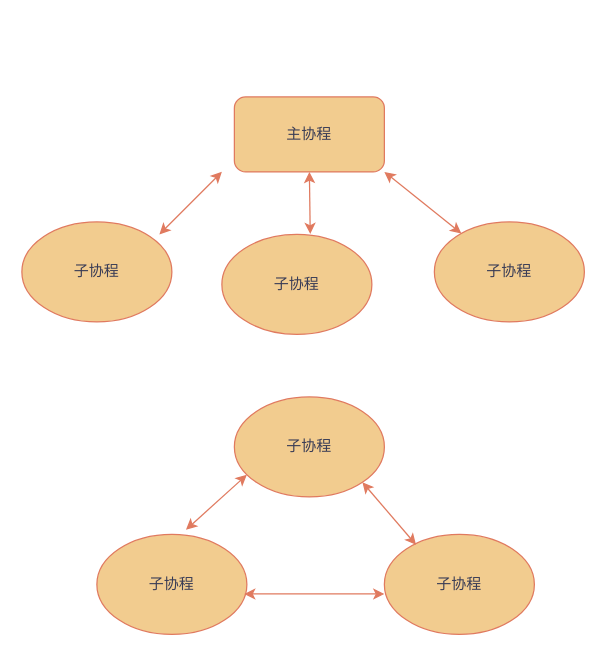
The draw.io diagram 绘图.drawio in fxk993/Daliy, before the edit. Source tidied: cells renumbered, new cells numbered last; positions are measured from the earlier drawing's top-left corner, leaving out a move shared by most shapes. Both pictures are drawn from the tidied source at 125%, with x=0, y=0 at pixel (21, 96).
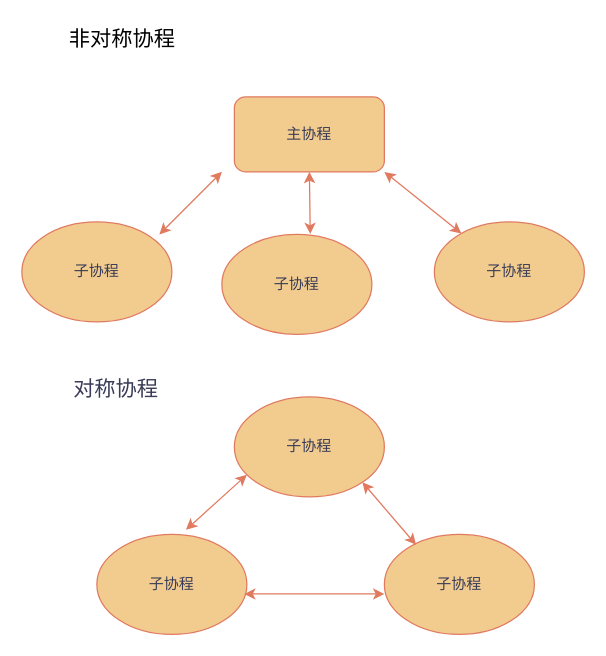
Above is the later version.

The edit, as a diff of the source:
```diff
@@
 <mxGraphModel>
   <root>
     <mxCell id="0" />
     <mxCell id="1" parent="0" />
     <mxCell id="2" value="主协程" style="rounded=1;whiteSpace=wrap;html=1;labelBackgroundColor=none;fillColor=#F2CC8F;strokeColor=#E07A5F;fontColor=#393C56;" parent="1" vertex="1">
       <mxGeometry x="170" width="120" height="60" as="geometry" />
     </mxCell>
     <mxCell id="3" value="子协程" style="ellipse;whiteSpace=wrap;html=1;labelBackgroundColor=none;fillColor=#F2CC8F;strokeColor=#E07A5F;fontColor=#393C56;" parent="1" vertex="1">
       <mxGeometry y="100" width="120" height="80" as="geometry" />
     </mxCell>
     <mxCell id="4" value="子协程" style="ellipse;whiteSpace=wrap;html=1;labelBackgroundColor=none;fillColor=#F2CC8F;strokeColor=#E07A5F;fontColor=#393C56;" parent="1" vertex="1">
       <mxGeometry x="160" y="110" width="120" height="80" as="geometry" />
     </mxCell>
     <mxCell id="5" value="子协程" style="ellipse;whiteSpace=wrap;html=1;labelBackgroundColor=none;fillColor=#F2CC8F;strokeColor=#E07A5F;fontColor=#393C56;" parent="1" vertex="1">
       <mxGeometry x="330" y="100" width="120" height="80" as="geometry" />
     </mxCell>
     <mxCell id="6" style="endArrow=classic;startArrow=classic;html=1;rounded=0;labelBackgroundColor=none;strokeColor=#E07A5F;fontColor=default;" parent="1" edge="1">
       <mxGeometry relative="1" as="geometry">
         <mxPoint x="110" y="110" as="sourcePoint" />
         <mxPoint x="160" y="60" as="targetPoint" />
       </mxGeometry>
     </mxCell>
     <mxCell id="7" style="endArrow=classic;startArrow=classic;html=1;rounded=0;exitX=0.589;exitY=-0.004;exitDx=0;exitDy=0;entryX=0.5;entryY=1;entryDx=0;entryDy=0;exitPerimeter=0;labelBackgroundColor=none;strokeColor=#E07A5F;fontColor=default;" parent="1" edge="1" source="4" target="2">
       <mxGeometry relative="1" as="geometry" />
     </mxCell>
     <mxCell id="8" style="endArrow=classic;startArrow=classic;html=1;rounded=0;entryX=1;entryY=1;entryDx=0;entryDy=0;labelBackgroundColor=none;strokeColor=#E07A5F;fontColor=default;" parent="1" edge="1" source="5" target="2">
       <mxGeometry relative="1" as="geometry" />
     </mxCell>
     <mxCell id="9" value="子协程" style="ellipse;whiteSpace=wrap;html=1;strokeColor=#E07A5F;fontColor=#393C56;fillColor=#F2CC8F;" parent="1" vertex="1">
       <mxGeometry x="60" y="350" width="120" height="80" as="geometry" />
     </mxCell>
     <mxCell id="10" value="子协程" style="ellipse;whiteSpace=wrap;html=1;strokeColor=#E07A5F;fontColor=#393C56;fillColor=#F2CC8F;" parent="1" vertex="1">
       <mxGeometry x="290" y="350" width="120" height="80" as="geometry" />
     </mxCell>
     <mxCell id="11" value="子协程" style="ellipse;whiteSpace=wrap;html=1;strokeColor=#E07A5F;fontColor=#393C56;fillColor=#F2CC8F;" parent="1" vertex="1">
       <mxGeometry x="170" y="240" width="120" height="80" as="geometry" />
     </mxCell>
     <mxCell id="12" style="endArrow=classic;startArrow=classic;html=1;rounded=0;strokeColor=#E07A5F;fontColor=#393C56;fillColor=#F2CC8F;entryX=0.083;entryY=0.779;entryDx=0;entryDy=0;entryPerimeter=0;exitX=0.594;exitY=-0.046;exitDx=0;exitDy=0;exitPerimeter=0;" parent="1" edge="1" source="9" target="11">
       <mxGeometry relative="1" as="geometry" />
     </mxCell>
     <mxCell id="13" style="endArrow=classic;startArrow=classic;html=1;rounded=0;strokeColor=#E07A5F;fontColor=#393C56;fillColor=#F2CC8F;entryX=1;entryY=1;entryDx=0;entryDy=0;exitX=0.211;exitY=0.104;exitDx=0;exitDy=0;exitPerimeter=0;" parent="1" edge="1" source="10" target="11">
       <mxGeometry relative="1" as="geometry" />
     </mxCell>
     <mxCell id="14" style="endArrow=classic;startArrow=classic;html=1;rounded=0;strokeColor=#E07A5F;fontColor=#393C56;fillColor=#F2CC8F;exitX=0.982;exitY=0.596;exitDx=0;exitDy=0;exitPerimeter=0;entryX=0;entryY=0.596;entryDx=0;entryDy=0;entryPerimeter=0;" parent="1" edge="1" source="9" target="10">
       <mxGeometry relative="1" as="geometry" />
     </mxCell>
+    <mxCell id="15" value="非对称协程" style="text;html=1;align=center;verticalAlign=middle;fontSize=17;" parent="1" vertex="1">
+      <mxGeometry x="25" y="-60" width="110" height="30" as="geometry" />
+    </mxCell>
+    <mxCell id="16" value="对称协程" style="text;html=1;align=center;verticalAlign=middle;strokeColor=none;fillColor=none;fontColor=#393C56;fontSize=17;" parent="1" vertex="1">
+      <mxGeometry x="30" y="220" width="90" height="30" as="geometry" />
+    </mxCell>
   </root>
 </mxGraphModel>
```
